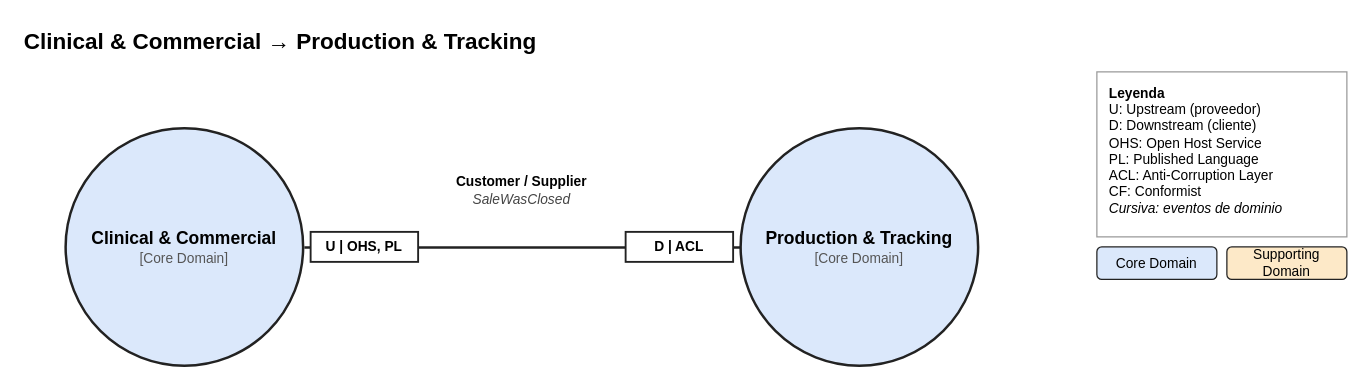
This is assets/cap2/context-mapping/source/context-map-3-clinical-production.drawio from BL-App-Movil-1ACC0238-2620-4951/Logix-OptiFlow-Report, a draw.io file, before an edit. Source tidied: cells renumbered, new cells numbered last; positions are measured from the earlier drawing's top-left corner, leaving out a move shared by most shapes. Both pictures are drawn from the tidied source at 125%, with x=0, y=0 at pixel (21, 21).
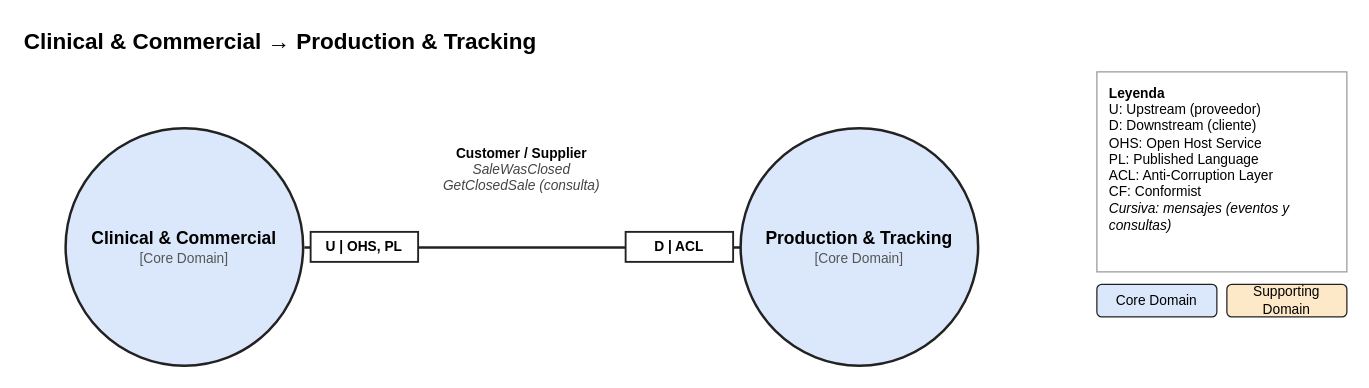
The same diagram, later.

What changed in the source:
```diff
@@
 <mxGraphModel background="#ffffff">
   <root>
     <mxCell id="0" />
     <mxCell id="1" parent="0" />
     <mxCell id="2" value="Clinical &amp; Commercial → Production &amp; Tracking" style="text;html=1;align=left;verticalAlign=middle;fontSize=18;fontStyle=1;" parent="1" vertex="1">
       <mxGeometry width="900" height="32" as="geometry" />
     </mxCell>
     <mxCell id="3" value="&lt;b style=&quot;font-size:14px&quot;&gt;Clinical &amp;amp; Commercial&lt;/b&gt;&lt;br&gt;&lt;span style=&quot;font-size:11px;color:#555555&quot;&gt;[Core Domain]&lt;/span&gt;" style="ellipse;whiteSpace=wrap;html=1;fillColor=#dbe8fb;strokeColor=#222222;strokeWidth=2;" parent="1" vertex="1">
       <mxGeometry x="35" y="85" width="190" height="190" as="geometry" />
     </mxCell>
     <mxCell id="4" value="&lt;b style=&quot;font-size:14px&quot;&gt;Production &amp;amp; Tracking&lt;/b&gt;&lt;br&gt;&lt;span style=&quot;font-size:11px;color:#555555&quot;&gt;[Core Domain]&lt;/span&gt;" style="ellipse;whiteSpace=wrap;html=1;fillColor=#dbe8fb;strokeColor=#222222;strokeWidth=2;" parent="1" vertex="1">
       <mxGeometry x="575" y="85" width="190" height="190" as="geometry" />
     </mxCell>
     <mxCell id="5" style="text;" parent="1" vertex="1">
       <mxGeometry x="225" y="180" width="1" height="1" as="geometry" />
     </mxCell>
     <mxCell id="6" style="text;" parent="1" vertex="1">
       <mxGeometry x="575" y="180" width="1" height="1" as="geometry" />
     </mxCell>
     <mxCell id="7" style="endArrow=none;html=1;strokeWidth=2;strokeColor=#222222;" parent="1" edge="1" source="5" target="6">
       <mxGeometry relative="1" as="geometry" />
     </mxCell>
     <mxCell id="8" value="U | OHS, PL" style="rounded=0;whiteSpace=wrap;html=1;fillColor=#ffffff;strokeColor=#222222;strokeWidth=1.5;fontSize=11;fontStyle=1;" parent="1" vertex="1">
       <mxGeometry x="231" y="168" width="86" height="24" as="geometry" />
     </mxCell>
     <mxCell id="9" value="D | ACL" style="rounded=0;whiteSpace=wrap;html=1;fillColor=#ffffff;strokeColor=#222222;strokeWidth=1.5;fontSize=11;fontStyle=1;" parent="1" vertex="1">
       <mxGeometry x="483" y="168" width="86" height="24" as="geometry" />
     </mxCell>
-    <mxCell id="10" value="&lt;b&gt;Customer / Supplier&lt;/b&gt;&lt;br&gt;&lt;i style=&quot;color:#444444&quot;&gt;SaleWasClosed&lt;/i&gt;" style="text;html=1;align=center;verticalAlign=middle;fontSize=11;whiteSpace=wrap;" parent="1" vertex="1">
-      <mxGeometry x="315" y="103" width="170" height="64" as="geometry" />
+    <mxCell id="10" value="&lt;b&gt;Customer / Supplier&lt;/b&gt;&lt;br&gt;&lt;i style=&quot;color:#444444&quot;&gt;SaleWasClosed&lt;br&gt;GetClosedSale (consulta)&lt;/i&gt;" style="text;html=1;align=center;verticalAlign=middle;fontSize=11;whiteSpace=wrap;" parent="1" vertex="1">
+      <mxGeometry x="315" y="86" width="170" height="64" as="geometry" />
     </mxCell>
-    <mxCell id="11" value="&lt;b&gt;Leyenda&lt;/b&gt;&lt;br&gt;U: Upstream (proveedor)&lt;br&gt;D: Downstream (cliente)&lt;br&gt;OHS: Open Host Service&lt;br&gt;PL: Published Language&lt;br&gt;ACL: Anti-Corruption Layer&lt;br&gt;CF: Conformist&lt;br&gt;&lt;i&gt;Cursiva: eventos de dominio&lt;/i&gt;" style="rounded=0;whiteSpace=wrap;html=1;fillColor=#ffffff;strokeColor=#999999;align=left;verticalAlign=top;spacingLeft=8;spacingTop=4;fontSize=11;" parent="1" vertex="1">
-      <mxGeometry x="860" y="40" width="200" height="132" as="geometry" />
+    <mxCell id="11" value="&lt;b&gt;Leyenda&lt;/b&gt;&lt;br&gt;U: Upstream (proveedor)&lt;br&gt;D: Downstream (cliente)&lt;br&gt;OHS: Open Host Service&lt;br&gt;PL: Published Language&lt;br&gt;ACL: Anti-Corruption Layer&lt;br&gt;CF: Conformist&lt;br&gt;&lt;i&gt;Cursiva: mensajes (eventos y consultas)&lt;/i&gt;" style="rounded=0;whiteSpace=wrap;html=1;fillColor=#ffffff;strokeColor=#999999;align=left;verticalAlign=top;spacingLeft=8;spacingTop=4;fontSize=11;" parent="1" vertex="1">
+      <mxGeometry x="860" y="40" width="200" height="160" as="geometry" />
     </mxCell>
     <mxCell id="12" value="Core Domain" style="rounded=1;whiteSpace=wrap;html=1;fillColor=#dbe8fb;strokeColor=#222222;fontSize=11;" parent="1" vertex="1">
-      <mxGeometry x="860" y="180" width="96" height="26" as="geometry" />
+      <mxGeometry x="860" y="210" width="96" height="26" as="geometry" />
     </mxCell>
     <mxCell id="13" value="Supporting Domain" style="rounded=1;whiteSpace=wrap;html=1;fillColor=#fde9c8;strokeColor=#222222;fontSize=11;" parent="1" vertex="1">
-      <mxGeometry x="964" y="180" width="96" height="26" as="geometry" />
+      <mxGeometry x="964" y="210" width="96" height="26" as="geometry" />
     </mxCell>
   </root>
 </mxGraphModel>
```
